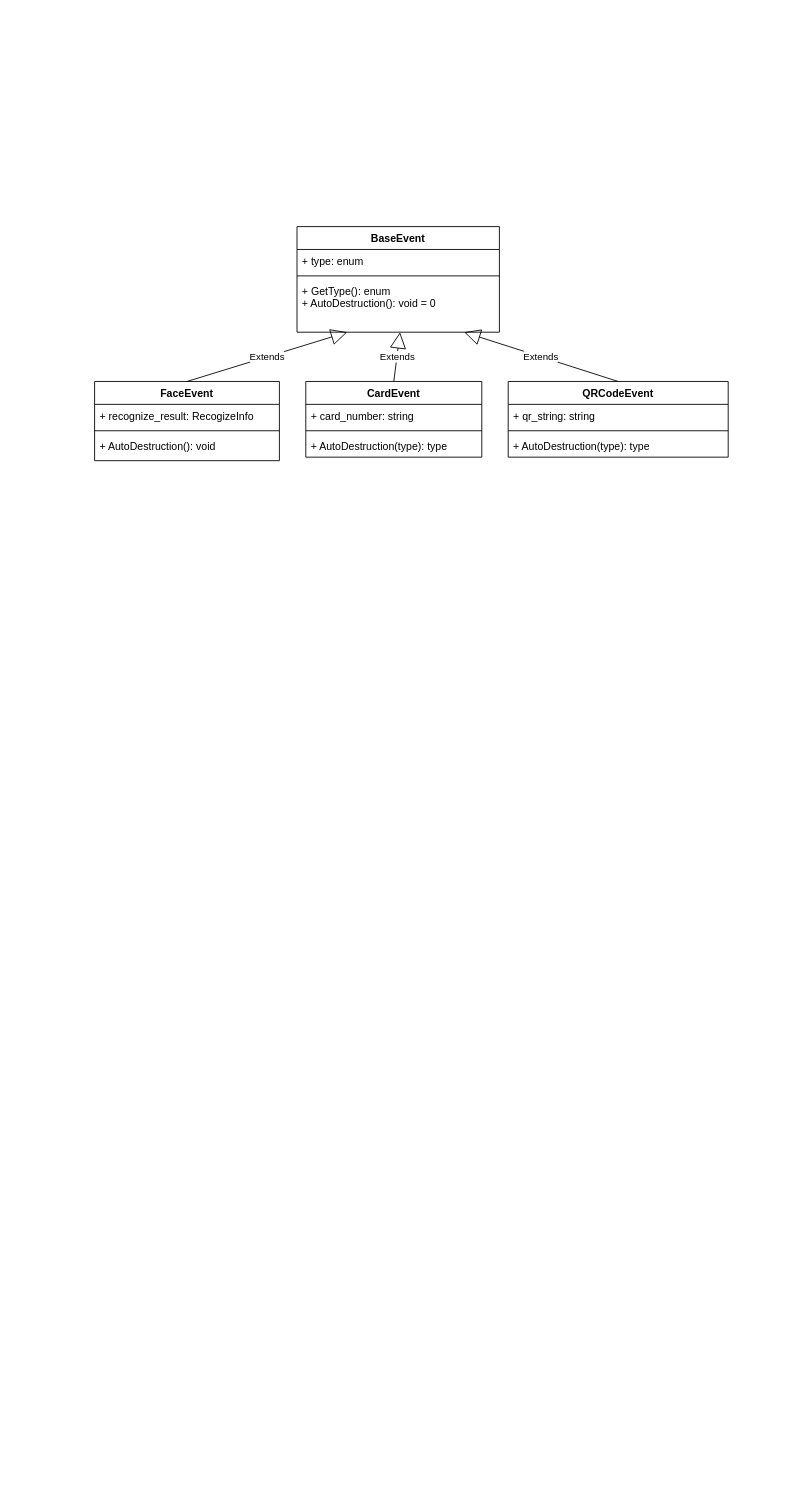
Earlier version of the draw.io diagram Untitled Diagram.drawio (camel007/snipet). Source tidied: cells renumbered, new cells numbered last; positions are measured from the earlier drawing's top-left corner, leaving out a move shared by most shapes. Both pictures are drawn from the tidied source at 88%, with x=0, y=0 at pixel (94, 226).
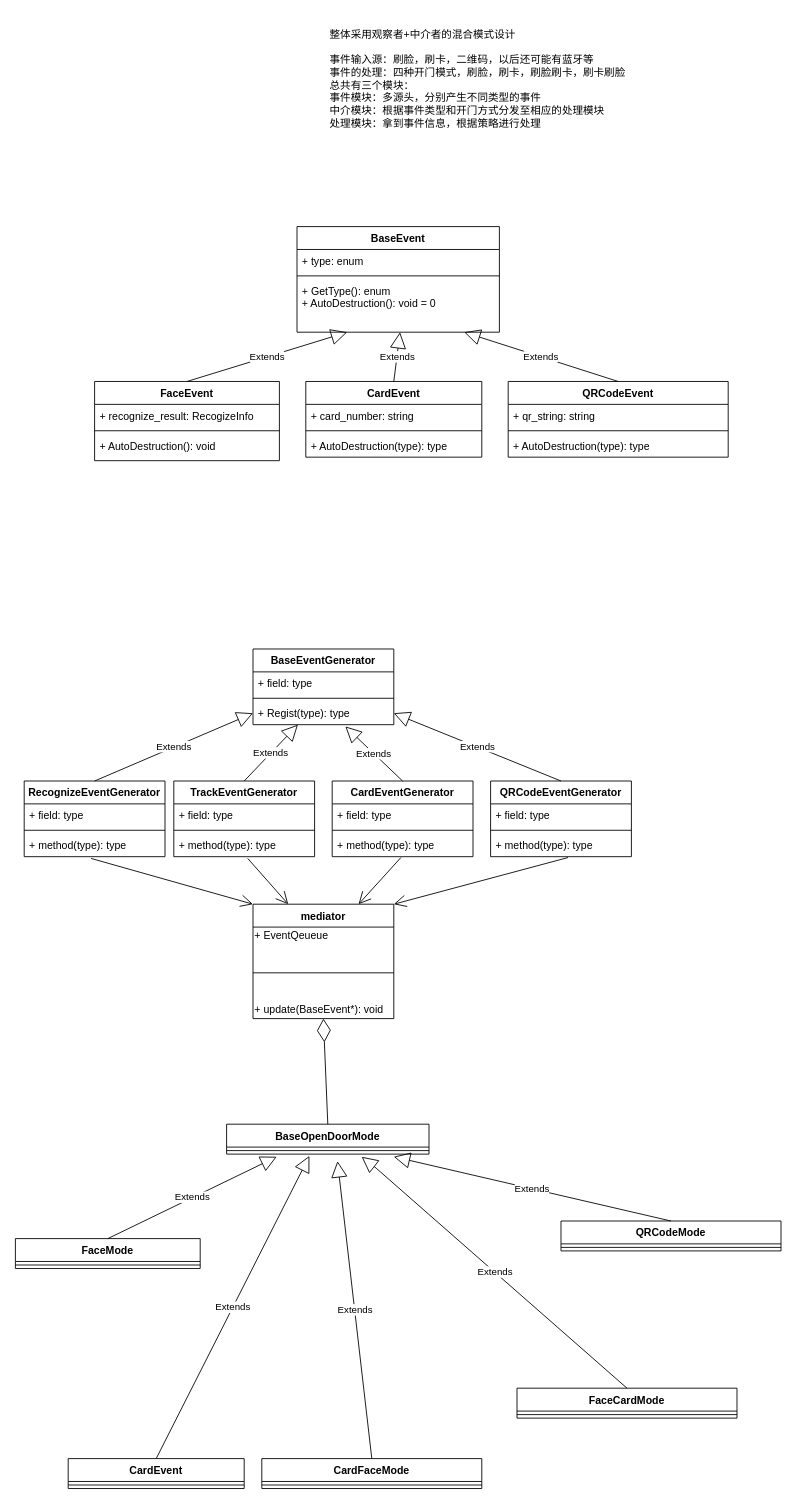
The same diagram, later.

Commit message:
papl_business

Change to the diagram source:
```diff
@@
+    <mxCell id="21" value="BaseOpenDoorMode" style="swimlane;fontStyle=1;align=center;verticalAlign=top;horizontal=1;startSize=26;" parent="1" vertex="1">
+      <mxGeometry x="150" y="1020" width="230" height="34" as="geometry" />
+    </mxCell>
+    <mxCell id="22" style="line;strokeWidth=1;fillColor=none;align=left;verticalAlign=middle;spacingTop=-1;spacingLeft=3;spacingRight=3;labelPosition=right;" parent="21" vertex="1">
+      <mxGeometry y="26" width="230" height="8" as="geometry" />
+    </mxCell>
+    <mxCell id="23" value="FaceMode" style="swimlane;fontStyle=1;align=center;verticalAlign=top;horizontal=1;startSize=26;" parent="1" vertex="1">
+      <mxGeometry x="-90" y="1150" width="210" height="34" as="geometry" />
+    </mxCell>
+    <mxCell id="24" style="line;strokeWidth=1;fillColor=none;align=left;verticalAlign=middle;spacingTop=-1;spacingLeft=3;spacingRight=3;labelPosition=right;" parent="23" vertex="1">
+      <mxGeometry y="26" width="210" height="8" as="geometry" />
+    </mxCell>
+    <mxCell id="25" value="Extends" style="endArrow=block;endSize=16;endFill=0;html=1;rounded=0;entryX=0.248;entryY=1;entryDx=0;entryDy=0;entryPerimeter=0;exitX=0.5;exitY=0;exitDx=0;exitDy=0;" parent="1" edge="1" source="23">
+      <mxGeometry relative="1" as="geometry">
+        <mxPoint x="207" y="1057" as="targetPoint" />
+      </mxGeometry>
+    </mxCell>
+    <mxCell id="26" value="CardEvent" style="swimlane;fontStyle=1;align=center;verticalAlign=top;horizontal=1;startSize=26;" parent="1" vertex="1">
+      <mxGeometry x="-30" y="1400" width="200" height="34" as="geometry" />
+    </mxCell>
+    <mxCell id="27" style="line;strokeWidth=1;fillColor=none;align=left;verticalAlign=middle;spacingTop=-1;spacingLeft=3;spacingRight=3;labelPosition=right;" parent="26" vertex="1">
+      <mxGeometry y="26" width="200" height="8" as="geometry" />
+    </mxCell>
+    <mxCell id="28" value="Extends" style="endArrow=block;endSize=16;endFill=0;html=1;rounded=0;exitX=0.5;exitY=0;exitDx=0;exitDy=0;entryX=0.409;entryY=0.983;entryDx=0;entryDy=0;entryPerimeter=0;" parent="1" edge="1" source="26">
+      <mxGeometry relative="1" as="geometry">
+        <mxPoint x="244.1" y="1056" as="targetPoint" />
+      </mxGeometry>
+    </mxCell>
+    <mxCell id="29" value="QRCodeMode" style="swimlane;fontStyle=1;align=center;verticalAlign=top;horizontal=1;startSize=26;" parent="1" vertex="1">
+      <mxGeometry x="530" y="1130" width="250" height="34" as="geometry" />
+    </mxCell>
+    <mxCell id="30" style="line;strokeWidth=1;fillColor=none;align=left;verticalAlign=middle;spacingTop=-1;spacingLeft=3;spacingRight=3;labelPosition=right;" parent="29" vertex="1">
+      <mxGeometry y="26" width="250" height="8" as="geometry" />
+    </mxCell>
+    <mxCell id="31" value="Extends" style="endArrow=block;endSize=16;endFill=0;html=1;rounded=0;exitX=0.5;exitY=0;exitDx=0;exitDy=0;entryX=0.826;entryY=1;entryDx=0;entryDy=0;entryPerimeter=0;" parent="1" edge="1" source="29">
+      <mxGeometry relative="1" as="geometry">
+        <mxPoint x="340" y="1057" as="targetPoint" />
+      </mxGeometry>
+    </mxCell>
+    <mxCell id="32" value="FaceCardMode" style="swimlane;fontStyle=1;align=center;verticalAlign=top;horizontal=1;startSize=26;" parent="1" vertex="1">
+      <mxGeometry x="480" y="1320" width="250" height="34" as="geometry" />
+    </mxCell>
+    <mxCell id="33" style="line;strokeWidth=1;fillColor=none;align=left;verticalAlign=middle;spacingTop=-1;spacingLeft=3;spacingRight=3;labelPosition=right;" parent="32" vertex="1">
+      <mxGeometry y="26" width="250" height="8" as="geometry" />
+    </mxCell>
+    <mxCell id="34" value="Extends" style="endArrow=block;endSize=16;endFill=0;html=1;rounded=0;exitX=0.5;exitY=0;exitDx=0;exitDy=0;" parent="1" edge="1" source="32">
+      <mxGeometry relative="1" as="geometry">
+        <mxPoint x="303.4" y="1057" as="targetPoint" />
+        <Array as="points">
+          <mxPoint x="320" y="1070" />
+        </Array>
+      </mxGeometry>
+    </mxCell>
+    <mxCell id="35" value="CardFaceMode" style="swimlane;fontStyle=1;align=center;verticalAlign=top;horizontal=1;startSize=26;" parent="1" vertex="1">
+      <mxGeometry x="190" y="1400" width="250" height="34" as="geometry" />
+    </mxCell>
+    <mxCell id="36" style="line;strokeWidth=1;fillColor=none;align=left;verticalAlign=middle;spacingTop=-1;spacingLeft=3;spacingRight=3;labelPosition=right;" parent="35" vertex="1">
+      <mxGeometry y="26" width="250" height="8" as="geometry" />
+    </mxCell>
+    <mxCell id="37" value="Extends" style="endArrow=block;endSize=16;endFill=0;html=1;rounded=0;exitX=0.5;exitY=0;exitDx=0;exitDy=0;entryX=0.548;entryY=1.083;entryDx=0;entryDy=0;entryPerimeter=0;" parent="1" edge="1" source="35">
+      <mxGeometry relative="1" as="geometry">
+        <mxPoint x="276" y="1062" as="targetPoint" />
+      </mxGeometry>
+    </mxCell>
+    <mxCell id="38" value="&lt;div style=&quot;text-align: left&quot;&gt;&lt;span&gt;&lt;br&gt;&lt;/span&gt;&lt;/div&gt;&lt;div style=&quot;text-align: left&quot;&gt;整体采用观察者+中介者的混合模式设计&lt;br&gt;&lt;br&gt;&lt;/div&gt;&lt;div style=&quot;text-align: left&quot;&gt;&lt;span&gt;事件输入源：刷脸，刷卡，二维码，以后还可能有蓝牙等&lt;br&gt;事件的处理：四种开门模式，刷脸，刷卡，刷脸刷卡，刷卡刷脸&lt;br&gt;总共有三个模块：&lt;br&gt;事件模块：多源头，分别产生不同类型的事件&lt;br&gt;中介模块：根据事件类型和开门方式分发至相应的处理模块&lt;br&gt;处理模块：拿到事件信息，根据策略进行处理&lt;/span&gt;&lt;/div&gt;" style="text;html=1;align=center;verticalAlign=middle;strokeColor=none;fillColor=none;" parent="1" vertex="1">
+      <mxGeometry x="260" y="-240" width="350" height="130" as="geometry" />
+    </mxCell>
+    <mxCell id="39" value="mediator" style="swimlane;fontStyle=1;align=center;verticalAlign=top;horizontal=1;startSize=26;" parent="1" vertex="1">
+      <mxGeometry x="180" y="770" width="160" height="130" as="geometry" />
+    </mxCell>
+    <mxCell id="40" value="+ EventQeueue" style="text;html=1;align=left;verticalAlign=middle;strokeColor=none;fillColor=none;" parent="39" vertex="1">
+      <mxGeometry y="26" width="160" height="20" as="geometry" />
+    </mxCell>
+    <mxCell id="41" style="line;strokeWidth=1;fillColor=none;align=left;verticalAlign=middle;spacingTop=-1;spacingLeft=3;spacingRight=3;labelPosition=right;" parent="39" vertex="1">
+      <mxGeometry y="46" width="160" height="64" as="geometry" />
+    </mxCell>
+    <mxCell id="42" value="+ update(BaseEvent*): void" style="text;html=1;align=left;verticalAlign=middle;strokeColor=none;fillColor=none;" parent="39" vertex="1">
+      <mxGeometry y="110" width="160" height="20" as="geometry" />
+    </mxCell>
+    <mxCell id="43" value="BaseEventGenerator" style="swimlane;fontStyle=1;align=center;verticalAlign=top;horizontal=1;startSize=26;" parent="1" vertex="1">
+      <mxGeometry x="180" y="480" width="160" height="86" as="geometry" />
+    </mxCell>
+    <mxCell id="44" value="+ field: type" style="text;strokeColor=none;fillColor=none;align=left;verticalAlign=top;spacingLeft=4;spacingRight=4;overflow=hidden;" parent="43" vertex="1">
+      <mxGeometry y="26" width="160" height="26" as="geometry" />
+    </mxCell>
+    <mxCell id="45" style="line;strokeWidth=1;fillColor=none;align=left;verticalAlign=middle;spacingTop=-1;spacingLeft=3;spacingRight=3;labelPosition=right;" parent="43" vertex="1">
+      <mxGeometry y="52" width="160" height="8" as="geometry" />
+    </mxCell>
+    <mxCell id="46" value="+ Regist(type): type" style="text;strokeColor=none;fillColor=none;align=left;verticalAlign=top;spacingLeft=4;spacingRight=4;overflow=hidden;points=[[0,0.5],[1,0.5]];portConstraint=eastwest;" parent="43" vertex="1">
+      <mxGeometry y="60" width="160" height="26" as="geometry" />
+    </mxCell>
+    <mxCell id="47" value="RecognizeEventGenerator" style="swimlane;fontStyle=1;align=center;verticalAlign=top;horizontal=1;startSize=26;" parent="1" vertex="1">
+      <mxGeometry x="-80" y="630" width="160" height="86" as="geometry" />
+    </mxCell>
+    <mxCell id="48" value="+ field: type" style="text;strokeColor=none;fillColor=none;align=left;verticalAlign=top;spacingLeft=4;spacingRight=4;overflow=hidden;" parent="47" vertex="1">
+      <mxGeometry y="26" width="160" height="26" as="geometry" />
+    </mxCell>
+    <mxCell id="49" style="line;strokeWidth=1;fillColor=none;align=left;verticalAlign=middle;spacingTop=-1;spacingLeft=3;spacingRight=3;labelPosition=right;" parent="47" vertex="1">
+      <mxGeometry y="52" width="160" height="8" as="geometry" />
+    </mxCell>
+    <mxCell id="50" value="+ method(type): type" style="text;strokeColor=none;fillColor=none;align=left;verticalAlign=top;spacingLeft=4;spacingRight=4;overflow=hidden;points=[[0,0.5],[1,0.5]];portConstraint=eastwest;" parent="47" vertex="1">
+      <mxGeometry y="60" width="160" height="26" as="geometry" />
+    </mxCell>
+    <mxCell id="51" value="Extends" style="endArrow=block;endSize=16;endFill=0;html=1;rounded=0;exitX=0.5;exitY=0;exitDx=0;exitDy=0;entryX=0;entryY=0.5;entryDx=0;entryDy=0;" parent="1" edge="1" source="47" target="46">
+      <mxGeometry relative="1" as="geometry" />
+    </mxCell>
+    <mxCell id="52" value="TrackEventGenerator" style="swimlane;fontStyle=1;align=center;verticalAlign=top;horizontal=1;startSize=26;" parent="1" vertex="1">
+      <mxGeometry x="90" y="630" width="160" height="86" as="geometry" />
+    </mxCell>
+    <mxCell id="53" value="+ field: type" style="text;strokeColor=none;fillColor=none;align=left;verticalAlign=top;spacingLeft=4;spacingRight=4;overflow=hidden;" parent="52" vertex="1">
+      <mxGeometry y="26" width="160" height="26" as="geometry" />
+    </mxCell>
+    <mxCell id="54" style="line;strokeWidth=1;fillColor=none;align=left;verticalAlign=middle;spacingTop=-1;spacingLeft=3;spacingRight=3;labelPosition=right;" parent="52" vertex="1">
+      <mxGeometry y="52" width="160" height="8" as="geometry" />
+    </mxCell>
+    <mxCell id="55" value="+ method(type): type" style="text;strokeColor=none;fillColor=none;align=left;verticalAlign=top;spacingLeft=4;spacingRight=4;overflow=hidden;points=[[0,0.5],[1,0.5]];portConstraint=eastwest;" parent="52" vertex="1">
+      <mxGeometry y="60" width="160" height="26" as="geometry" />
+    </mxCell>
+    <mxCell id="56" value="Extends" style="endArrow=block;endSize=16;endFill=0;html=1;rounded=0;exitX=0.5;exitY=0;exitDx=0;exitDy=0;entryX=0.319;entryY=1;entryDx=0;entryDy=0;entryPerimeter=0;" parent="1" edge="1" source="52" target="46">
+      <mxGeometry relative="1" as="geometry" />
+    </mxCell>
+    <mxCell id="57" value="CardEventGenerator" style="swimlane;fontStyle=1;align=center;verticalAlign=top;horizontal=1;startSize=26;" parent="1" vertex="1">
+      <mxGeometry x="270" y="630" width="160" height="86" as="geometry" />
+    </mxCell>
+    <mxCell id="58" value="+ field: type" style="text;strokeColor=none;fillColor=none;align=left;verticalAlign=top;spacingLeft=4;spacingRight=4;overflow=hidden;" parent="57" vertex="1">
+      <mxGeometry y="26" width="160" height="26" as="geometry" />
+    </mxCell>
+    <mxCell id="59" style="line;strokeWidth=1;fillColor=none;align=left;verticalAlign=middle;spacingTop=-1;spacingLeft=3;spacingRight=3;labelPosition=right;" parent="57" vertex="1">
+      <mxGeometry y="52" width="160" height="8" as="geometry" />
+    </mxCell>
+    <mxCell id="60" value="+ method(type): type" style="text;strokeColor=none;fillColor=none;align=left;verticalAlign=top;spacingLeft=4;spacingRight=4;overflow=hidden;points=[[0,0.5],[1,0.5]];portConstraint=eastwest;" parent="57" vertex="1">
+      <mxGeometry y="60" width="160" height="26" as="geometry" />
+    </mxCell>
+    <mxCell id="61" value="QRCodeEventGenerator" style="swimlane;fontStyle=1;align=center;verticalAlign=top;horizontal=1;startSize=26;" parent="1" vertex="1">
+      <mxGeometry x="450" y="630" width="160" height="86" as="geometry" />
+    </mxCell>
+    <mxCell id="62" value="+ field: type" style="text;strokeColor=none;fillColor=none;align=left;verticalAlign=top;spacingLeft=4;spacingRight=4;overflow=hidden;" parent="61" vertex="1">
+      <mxGeometry y="26" width="160" height="26" as="geometry" />
+    </mxCell>
+    <mxCell id="63" style="line;strokeWidth=1;fillColor=none;align=left;verticalAlign=middle;spacingTop=-1;spacingLeft=3;spacingRight=3;labelPosition=right;" parent="61" vertex="1">
+      <mxGeometry y="52" width="160" height="8" as="geometry" />
+    </mxCell>
+    <mxCell id="64" value="+ method(type): type" style="text;strokeColor=none;fillColor=none;align=left;verticalAlign=top;spacingLeft=4;spacingRight=4;overflow=hidden;points=[[0,0.5],[1,0.5]];portConstraint=eastwest;" parent="61" vertex="1">
+      <mxGeometry y="60" width="160" height="26" as="geometry" />
+    </mxCell>
+    <mxCell id="65" value="Extends" style="endArrow=block;endSize=16;endFill=0;html=1;rounded=0;exitX=0.5;exitY=0;exitDx=0;exitDy=0;entryX=0.656;entryY=1.077;entryDx=0;entryDy=0;entryPerimeter=0;" parent="1" edge="1" source="57" target="46">
+      <mxGeometry relative="1" as="geometry" />
+    </mxCell>
+    <mxCell id="66" value="Extends" style="endArrow=block;endSize=16;endFill=0;html=1;rounded=0;exitX=0.5;exitY=0;exitDx=0;exitDy=0;entryX=1;entryY=0.5;entryDx=0;entryDy=0;" parent="1" edge="1" source="61" target="46">
+      <mxGeometry relative="1" as="geometry" />
+    </mxCell>
+    <mxCell id="67" style="endArrow=open;endFill=1;endSize=12;html=1;rounded=0;exitX=0.475;exitY=1.077;exitDx=0;exitDy=0;exitPerimeter=0;entryX=0;entryY=0;entryDx=0;entryDy=0;" parent="1" edge="1" source="50" target="39">
+      <mxGeometry relative="1" as="geometry" />
+    </mxCell>
+    <mxCell id="68" style="endArrow=open;endFill=1;endSize=12;html=1;rounded=0;exitX=0.525;exitY=1.077;exitDx=0;exitDy=0;exitPerimeter=0;entryX=0.25;entryY=0;entryDx=0;entryDy=0;" parent="1" edge="1" source="55" target="39">
+      <mxGeometry relative="1" as="geometry" />
+    </mxCell>
+    <mxCell id="69" style="endArrow=open;endFill=1;endSize=12;html=1;rounded=0;exitX=0.488;exitY=1.038;exitDx=0;exitDy=0;exitPerimeter=0;entryX=0.75;entryY=0;entryDx=0;entryDy=0;" parent="1" edge="1" source="60" target="39">
+      <mxGeometry relative="1" as="geometry" />
+    </mxCell>
+    <mxCell id="70" style="endArrow=open;endFill=1;endSize=12;html=1;rounded=0;exitX=0.55;exitY=1.038;exitDx=0;exitDy=0;exitPerimeter=0;entryX=1;entryY=0;entryDx=0;entryDy=0;" parent="1" edge="1" source="64" target="39">
+      <mxGeometry relative="1" as="geometry" />
+    </mxCell>
+    <mxCell id="71" style="endArrow=diamondThin;endFill=0;endSize=24;html=1;rounded=0;entryX=0.5;entryY=1;entryDx=0;entryDy=0;exitX=0.5;exitY=0;exitDx=0;exitDy=0;" parent="1" edge="1" source="21" target="39">
+      <mxGeometry relative="1" as="geometry" />
+    </mxCell>
```
